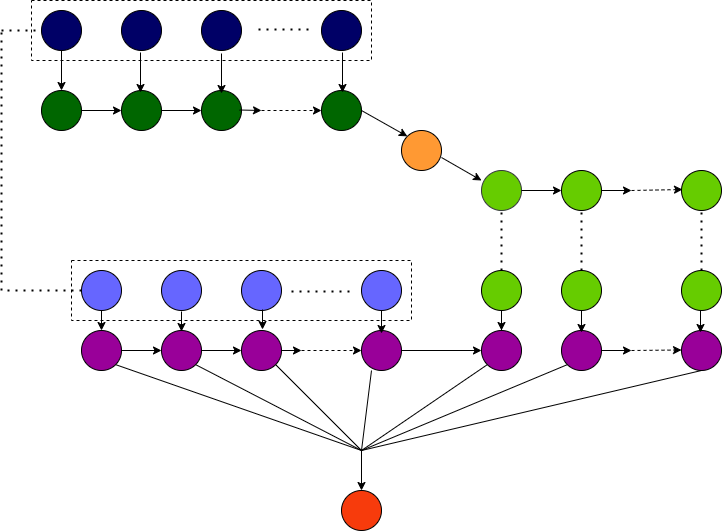
The draw.io diagram prabhaDiagram.drawio.png in SaralaMuthu/Learntocode, before a commit. Source tidied: cells renumbered, new cells last; positions are measured from the earlier drawing's top-left corner, leaving out a move shared by most shapes. Source of this version:
```xml
<mxGraphModel>
  <root>
    <mxCell id="0" />
    <mxCell id="1" parent="0" />
    <mxCell id="2" style="rounded=0;whiteSpace=wrap;html=1;dashed=1;" parent="1" vertex="1">
      <mxGeometry x="70" y="260" width="340" height="60" as="geometry" />
    </mxCell>
    <mxCell id="3" style="rounded=0;whiteSpace=wrap;html=1;dashed=1;" parent="1" vertex="1">
      <mxGeometry x="30" width="340" height="60" as="geometry" />
    </mxCell>
    <mxCell id="4" style="ellipse;whiteSpace=wrap;html=1;fillColor=#000066;" parent="1" vertex="1">
      <mxGeometry x="40" y="10" width="40" height="40" as="geometry" />
    </mxCell>
    <mxCell id="5" style="ellipse;whiteSpace=wrap;html=1;fillColor=#000066;" parent="1" vertex="1">
      <mxGeometry x="200" y="10" width="40" height="40" as="geometry" />
    </mxCell>
    <mxCell id="6" style="ellipse;whiteSpace=wrap;html=1;fillColor=#006600;" parent="1" vertex="1">
      <mxGeometry x="120" y="90" width="40" height="40" as="geometry" />
    </mxCell>
    <mxCell id="7" style="ellipse;whiteSpace=wrap;html=1;fillColor=#006600;" parent="1" vertex="1">
      <mxGeometry x="200" y="90" width="40" height="40" as="geometry" />
    </mxCell>
    <mxCell id="8" style="ellipse;whiteSpace=wrap;html=1;fillColor=#FF9933;" parent="1" vertex="1">
      <mxGeometry x="400" y="130" width="40" height="40" as="geometry" />
    </mxCell>
    <mxCell id="9" style="ellipse;whiteSpace=wrap;html=1;fillColor=#006600;" parent="1" vertex="1">
      <mxGeometry x="40" y="90" width="40" height="40" as="geometry" />
    </mxCell>
    <mxCell id="10" style="ellipse;whiteSpace=wrap;html=1;fillColor=#000066;" parent="1" vertex="1">
      <mxGeometry x="320" y="10" width="40" height="40" as="geometry" />
    </mxCell>
    <mxCell id="11" style="ellipse;whiteSpace=wrap;html=1;fillColor=#6666FF;" parent="1" vertex="1">
      <mxGeometry x="80" y="270" width="40" height="40" as="geometry" />
    </mxCell>
    <mxCell id="12" style="ellipse;whiteSpace=wrap;html=1;fillColor=#6666FF;" parent="1" vertex="1">
      <mxGeometry x="160" y="270" width="40" height="40" as="geometry" />
    </mxCell>
    <mxCell id="13" style="ellipse;whiteSpace=wrap;html=1;fillColor=#000066;" parent="1" vertex="1">
      <mxGeometry x="120" y="10" width="40" height="40" as="geometry" />
    </mxCell>
    <mxCell id="14" style="ellipse;whiteSpace=wrap;html=1;fillColor=#6666FF;" parent="1" vertex="1">
      <mxGeometry x="240" y="270" width="40" height="40" as="geometry" />
    </mxCell>
    <mxCell id="15" style="ellipse;whiteSpace=wrap;html=1;fillColor=#006600;" parent="1" vertex="1">
      <mxGeometry x="320" y="90" width="40" height="40" as="geometry" />
    </mxCell>
    <mxCell id="16" style="edgeStyle=orthogonalEdgeStyle;rounded=0;jettySize=auto;html=1;entryX=0;entryY=0.5;entryDx=0;entryDy=0;" parent="1" edge="1" source="18" target="17">
      <mxGeometry relative="1" as="geometry" />
    </mxCell>
    <mxCell id="17" style="ellipse;whiteSpace=wrap;html=1;fillColor=#990099;" parent="1" vertex="1">
      <mxGeometry x="240" y="330" width="40" height="40" as="geometry" />
    </mxCell>
    <mxCell id="18" style="ellipse;whiteSpace=wrap;html=1;fillColor=#990099;" parent="1" vertex="1">
      <mxGeometry x="160" y="330" width="40" height="40" as="geometry" />
    </mxCell>
    <mxCell id="19" style="ellipse;whiteSpace=wrap;html=1;fillColor=#990099;" parent="1" vertex="1">
      <mxGeometry x="80" y="330" width="40" height="40" as="geometry" />
    </mxCell>
    <mxCell id="20" style="ellipse;whiteSpace=wrap;html=1;fillColor=#66CC00;strokeColor=#36393d;" parent="1" vertex="1">
      <mxGeometry x="480" y="170" width="40" height="40" as="geometry" />
    </mxCell>
    <mxCell id="21" style="ellipse;whiteSpace=wrap;html=1;fillColor=#990099;" parent="1" vertex="1">
      <mxGeometry x="360" y="330" width="40" height="40" as="geometry" />
    </mxCell>
    <mxCell id="22" style="ellipse;whiteSpace=wrap;html=1;fillColor=#66CC00;" parent="1" vertex="1">
      <mxGeometry x="560" y="270" width="40" height="40" as="geometry" />
    </mxCell>
    <mxCell id="23" style="ellipse;whiteSpace=wrap;html=1;fillColor=#F73B0C;" parent="1" vertex="1">
      <mxGeometry x="340" y="490" width="40" height="40" as="geometry" />
    </mxCell>
    <mxCell id="24" style="ellipse;whiteSpace=wrap;html=1;fillColor=#6666FF;" parent="1" vertex="1">
      <mxGeometry x="360" y="270" width="40" height="40" as="geometry" />
    </mxCell>
    <mxCell id="25" style="ellipse;whiteSpace=wrap;html=1;fillColor=#990099;" parent="1" vertex="1">
      <mxGeometry x="680" y="330" width="40" height="40" as="geometry" />
    </mxCell>
    <mxCell id="26" style="ellipse;whiteSpace=wrap;html=1;fillColor=#66CC00;" parent="1" vertex="1">
      <mxGeometry x="680" y="270" width="40" height="40" as="geometry" />
    </mxCell>
    <mxCell id="27" style="ellipse;whiteSpace=wrap;html=1;fillColor=#66CC00;" parent="1" vertex="1">
      <mxGeometry x="680" y="170" width="40" height="40" as="geometry" />
    </mxCell>
    <mxCell id="28" style="ellipse;whiteSpace=wrap;html=1;fillColor=#990099;" parent="1" vertex="1">
      <mxGeometry x="560" y="330" width="40" height="40" as="geometry" />
    </mxCell>
    <mxCell id="29" style="edgeStyle=orthogonalEdgeStyle;rounded=0;jettySize=auto;html=1;" parent="1" edge="1" source="30">
      <mxGeometry relative="1" as="geometry">
        <mxPoint x="630" y="190" as="targetPoint" />
      </mxGeometry>
    </mxCell>
    <mxCell id="30" style="ellipse;whiteSpace=wrap;html=1;fillColor=#66CC00;" parent="1" vertex="1">
      <mxGeometry x="560" y="170" width="40" height="40" as="geometry" />
    </mxCell>
    <mxCell id="31" style="ellipse;whiteSpace=wrap;html=1;fillColor=#990099;" parent="1" vertex="1">
      <mxGeometry x="480" y="330" width="40" height="40" as="geometry" />
    </mxCell>
    <mxCell id="32" style="edgeStyle=orthogonalEdgeStyle;rounded=0;jettySize=auto;html=1;" parent="1" edge="1" source="33" target="31">
      <mxGeometry relative="1" as="geometry" />
    </mxCell>
    <mxCell id="33" style="ellipse;whiteSpace=wrap;html=1;fillColor=#66CC00;" parent="1" vertex="1">
      <mxGeometry x="480" y="270" width="40" height="40" as="geometry" />
    </mxCell>
    <mxCell id="34" style="endArrow=none;html=1;rounded=0;entryX=1;entryY=1;entryDx=0;entryDy=0;" parent="1" edge="1" target="19">
      <mxGeometry relative="1" as="geometry">
        <mxPoint x="360" y="450" as="sourcePoint" />
      </mxGeometry>
    </mxCell>
    <mxCell id="35" style="endArrow=none;html=1;rounded=0;entryX=1;entryY=1;entryDx=0;entryDy=0;" parent="1" edge="1">
      <mxGeometry relative="1" as="geometry">
        <mxPoint x="360" y="450" as="sourcePoint" />
        <mxPoint x="370" y="370" as="targetPoint" />
      </mxGeometry>
    </mxCell>
    <mxCell id="36" style="endArrow=none;html=1;rounded=0;entryX=1;entryY=1;entryDx=0;entryDy=0;" parent="1" edge="1" target="17">
      <mxGeometry relative="1" as="geometry">
        <mxPoint x="360" y="450" as="sourcePoint" />
      </mxGeometry>
    </mxCell>
    <mxCell id="37" style="endArrow=none;html=1;rounded=0;entryX=1;entryY=1;entryDx=0;entryDy=0;" parent="1" edge="1" target="18">
      <mxGeometry relative="1" as="geometry">
        <mxPoint x="360" y="450" as="sourcePoint" />
      </mxGeometry>
    </mxCell>
    <mxCell id="38" style="endArrow=none;html=1;rounded=0;entryX=0;entryY=1;entryDx=0;entryDy=0;" parent="1" edge="1" target="31">
      <mxGeometry relative="1" as="geometry">
        <mxPoint x="360" y="450" as="sourcePoint" />
      </mxGeometry>
    </mxCell>
    <mxCell id="39" style="endArrow=none;html=1;rounded=0;entryX=0;entryY=1;entryDx=0;entryDy=0;" parent="1" edge="1" target="28">
      <mxGeometry relative="1" as="geometry">
        <mxPoint x="360" y="450" as="sourcePoint" />
      </mxGeometry>
    </mxCell>
    <mxCell id="40" style="endArrow=none;html=1;rounded=0;entryX=0.5;entryY=1;entryDx=0;entryDy=0;" parent="1" edge="1" target="25">
      <mxGeometry relative="1" as="geometry">
        <mxPoint x="360" y="450" as="sourcePoint" />
      </mxGeometry>
    </mxCell>
    <mxCell id="41" style="endArrow=classic;html=1;rounded=0;entryX=0.5;entryY=0;entryDx=0;entryDy=0;" parent="1" edge="1" target="23">
      <mxGeometry relative="1" as="geometry">
        <mxPoint x="360" y="450" as="sourcePoint" />
      </mxGeometry>
    </mxCell>
    <mxCell id="42" style="endArrow=classic;html=1;rounded=0;entryX=0.5;entryY=0;entryDx=0;entryDy=0;exitX=0.5;exitY=1;exitDx=0;exitDy=0;" parent="1" edge="1" source="11" target="19">
      <mxGeometry relative="1" as="geometry" />
    </mxCell>
    <mxCell id="43" style="endArrow=classic;html=1;rounded=0;entryX=0.5;entryY=0;entryDx=0;entryDy=0;exitX=0.5;exitY=1;exitDx=0;exitDy=0;" parent="1" edge="1">
      <mxGeometry relative="1" as="geometry">
        <mxPoint x="180" y="311" as="sourcePoint" />
        <mxPoint x="180" y="331" as="targetPoint" />
      </mxGeometry>
    </mxCell>
    <mxCell id="44" style="endArrow=classic;html=1;rounded=0;entryX=0.5;entryY=0;entryDx=0;entryDy=0;exitX=0.5;exitY=1;exitDx=0;exitDy=0;" parent="1" edge="1">
      <mxGeometry relative="1" as="geometry">
        <mxPoint x="261" y="309" as="sourcePoint" />
        <mxPoint x="261" y="329" as="targetPoint" />
      </mxGeometry>
    </mxCell>
    <mxCell id="45" style="endArrow=classic;html=1;rounded=0;entryX=0.5;entryY=0;entryDx=0;entryDy=0;" parent="1" edge="1">
      <mxGeometry relative="1" as="geometry">
        <mxPoint x="380" y="310" as="sourcePoint" />
        <mxPoint x="380" y="333" as="targetPoint" />
      </mxGeometry>
    </mxCell>
    <mxCell id="46" style="endArrow=classic;html=1;rounded=0;entryX=0.5;entryY=0;entryDx=0;entryDy=0;" parent="1" edge="1">
      <mxGeometry relative="1" as="geometry">
        <mxPoint x="580" y="310" as="sourcePoint" />
        <mxPoint x="580" y="332" as="targetPoint" />
      </mxGeometry>
    </mxCell>
    <mxCell id="47" style="endArrow=classic;html=1;rounded=0;entryX=0.5;entryY=0;entryDx=0;entryDy=0;exitX=0.5;exitY=1;exitDx=0;exitDy=0;" parent="1" edge="1" source="4" target="9">
      <mxGeometry relative="1" as="geometry" />
    </mxCell>
    <mxCell id="48" style="endArrow=classic;html=1;rounded=0;entryX=0.5;entryY=0;entryDx=0;entryDy=0;" parent="1" edge="1">
      <mxGeometry relative="1" as="geometry">
        <mxPoint x="699" y="310" as="sourcePoint" />
        <mxPoint x="699" y="332" as="targetPoint" />
      </mxGeometry>
    </mxCell>
    <mxCell id="49" style="endArrow=classic;html=1;rounded=0;entryX=0.5;entryY=0;entryDx=0;entryDy=0;exitX=0.5;exitY=1;exitDx=0;exitDy=0;" parent="1" edge="1">
      <mxGeometry relative="1" as="geometry">
        <mxPoint x="139" y="52" as="sourcePoint" />
        <mxPoint x="139" y="92" as="targetPoint" />
      </mxGeometry>
    </mxCell>
    <mxCell id="50" style="endArrow=classic;html=1;rounded=0;entryX=0.5;entryY=0;entryDx=0;entryDy=0;exitX=0.5;exitY=1;exitDx=0;exitDy=0;" parent="1" edge="1">
      <mxGeometry relative="1" as="geometry">
        <mxPoint x="220" y="53" as="sourcePoint" />
        <mxPoint x="220" y="93" as="targetPoint" />
      </mxGeometry>
    </mxCell>
    <mxCell id="51" style="endArrow=classic;html=1;rounded=0;entryX=0.5;entryY=0;entryDx=0;entryDy=0;exitX=0.5;exitY=1;exitDx=0;exitDy=0;" parent="1" edge="1">
      <mxGeometry relative="1" as="geometry">
        <mxPoint x="341" y="52" as="sourcePoint" />
        <mxPoint x="341" y="92" as="targetPoint" />
      </mxGeometry>
    </mxCell>
    <mxCell id="52" style="endArrow=classic;html=1;rounded=0;entryX=0;entryY=0.5;entryDx=0;entryDy=0;" parent="1" edge="1" target="6">
      <mxGeometry relative="1" as="geometry">
        <mxPoint x="80" y="110" as="sourcePoint" />
      </mxGeometry>
    </mxCell>
    <mxCell id="53" style="endArrow=classic;html=1;rounded=0;" parent="1" edge="1">
      <mxGeometry relative="1" as="geometry">
        <mxPoint x="238" y="109.5" as="sourcePoint" />
        <mxPoint x="260" y="110" as="targetPoint" />
      </mxGeometry>
    </mxCell>
    <mxCell id="54" style="endArrow=classic;html=1;rounded=0;entryX=0;entryY=0.5;entryDx=0;entryDy=0;" parent="1" edge="1">
      <mxGeometry relative="1" as="geometry">
        <mxPoint x="160" y="110" as="sourcePoint" />
        <mxPoint x="200" y="110" as="targetPoint" />
      </mxGeometry>
    </mxCell>
    <mxCell id="55" style="endArrow=classic;html=1;rounded=0;entryX=0;entryY=0.5;entryDx=0;entryDy=0;dashed=1;" parent="1" edge="1" target="15">
      <mxGeometry relative="1" as="geometry">
        <mxPoint x="260" y="110" as="sourcePoint" />
      </mxGeometry>
    </mxCell>
    <mxCell id="56" style="endArrow=classic;html=1;rounded=0;entryX=0;entryY=0.5;entryDx=0;entryDy=0;exitX=1;exitY=0.5;exitDx=0;exitDy=0;" parent="1" edge="1" source="20" target="30">
      <mxGeometry relative="1" as="geometry" />
    </mxCell>
    <mxCell id="57" style="endArrow=classic;html=1;rounded=0;entryX=0;entryY=0.5;entryDx=0;entryDy=0;dashed=1;" parent="1" edge="1">
      <mxGeometry relative="1" as="geometry">
        <mxPoint x="630" y="190" as="sourcePoint" />
        <mxPoint x="681" y="189" as="targetPoint" />
      </mxGeometry>
    </mxCell>
    <mxCell id="58" style="endArrow=none;dashed=1;html=1;dashPattern=1 3;strokeWidth=2;rounded=0;exitX=0.5;exitY=0;exitDx=0;exitDy=0;entryX=0.5;entryY=1;entryDx=0;entryDy=0;" parent="1" edge="1" source="26" target="27">
      <mxGeometry relative="1" as="geometry" />
    </mxCell>
    <mxCell id="59" style="endArrow=none;dashed=1;html=1;dashPattern=1 3;strokeWidth=2;rounded=0;exitX=0.5;exitY=0;exitDx=0;exitDy=0;entryX=0.5;entryY=1;entryDx=0;entryDy=0;" parent="1" edge="1" source="33" target="20">
      <mxGeometry relative="1" as="geometry" />
    </mxCell>
    <mxCell id="60" style="endArrow=none;dashed=1;html=1;dashPattern=1 3;strokeWidth=2;rounded=0;exitX=0.5;exitY=0;exitDx=0;exitDy=0;entryX=0.5;entryY=1;entryDx=0;entryDy=0;" parent="1" edge="1" source="22" target="30">
      <mxGeometry relative="1" as="geometry" />
    </mxCell>
    <mxCell id="61" style="endArrow=classic;html=1;rounded=0;exitX=1;exitY=0.5;exitDx=0;exitDy=0;entryX=0;entryY=0.5;entryDx=0;entryDy=0;" parent="1" edge="1" source="19" target="18">
      <mxGeometry relative="1" as="geometry" />
    </mxCell>
    <mxCell id="62" style="endArrow=classic;html=1;rounded=0;exitX=1;exitY=0.5;exitDx=0;exitDy=0;entryX=0;entryY=0;entryDx=0;entryDy=0;" parent="1" edge="1" source="15" target="8">
      <mxGeometry relative="1" as="geometry" />
    </mxCell>
    <mxCell id="63" style="endArrow=classic;html=1;rounded=0;entryX=0;entryY=0.25;entryDx=0;entryDy=0;entryPerimeter=0;exitX=1;exitY=0.675;exitDx=0;exitDy=0;exitPerimeter=0;" parent="1" edge="1" source="8" target="20">
      <mxGeometry relative="1" as="geometry" />
    </mxCell>
    <mxCell id="64" style="endArrow=none;dashed=1;html=1;dashPattern=1 3;strokeWidth=2;rounded=0;" parent="1" edge="1">
      <mxGeometry relative="1" as="geometry">
        <mxPoint x="290" y="291" as="sourcePoint" />
        <mxPoint x="350" y="291" as="targetPoint" />
      </mxGeometry>
    </mxCell>
    <mxCell id="65" style="endArrow=classic;html=1;rounded=0;exitX=1;exitY=0.5;exitDx=0;exitDy=0;" parent="1" edge="1" source="17">
      <mxGeometry relative="1" as="geometry">
        <mxPoint x="300" y="350" as="targetPoint" />
      </mxGeometry>
    </mxCell>
    <mxCell id="66" style="endArrow=classic;html=1;rounded=0;entryX=0;entryY=0.5;entryDx=0;entryDy=0;dashed=1;" parent="1" edge="1" target="21">
      <mxGeometry relative="1" as="geometry">
        <mxPoint x="300" y="350" as="sourcePoint" />
      </mxGeometry>
    </mxCell>
    <mxCell id="67" style="endArrow=none;dashed=1;html=1;dashPattern=1 3;strokeWidth=2;rounded=0;" parent="1" edge="1">
      <mxGeometry relative="1" as="geometry">
        <mxPoint x="257" y="29" as="sourcePoint" />
        <mxPoint x="307" y="29" as="targetPoint" />
      </mxGeometry>
    </mxCell>
    <mxCell id="68" style="endArrow=classic;html=1;rounded=0;exitX=1;exitY=0.5;exitDx=0;exitDy=0;" parent="1" edge="1" source="28">
      <mxGeometry relative="1" as="geometry">
        <mxPoint x="630" y="350" as="targetPoint" />
      </mxGeometry>
    </mxCell>
    <mxCell id="69" style="endArrow=classic;html=1;rounded=0;dashed=1;" parent="1" edge="1">
      <mxGeometry relative="1" as="geometry">
        <mxPoint x="630" y="350" as="sourcePoint" />
        <mxPoint x="680" y="349.5" as="targetPoint" />
      </mxGeometry>
    </mxCell>
    <mxCell id="70" style="endArrow=classic;html=1;rounded=0;entryX=0;entryY=0.5;entryDx=0;entryDy=0;exitX=1;exitY=0.5;exitDx=0;exitDy=0;" parent="1" edge="1" source="21" target="31">
      <mxGeometry relative="1" as="geometry" />
    </mxCell>
    <mxCell id="71" style="endArrow=none;dashed=1;html=1;dashPattern=1 3;strokeWidth=2;rounded=0;exitX=0;exitY=0.5;exitDx=0;exitDy=0;" parent="1" edge="1" source="11">
      <mxGeometry relative="1" as="geometry">
        <mxPoint y="290" as="targetPoint" />
      </mxGeometry>
    </mxCell>
    <mxCell id="72" style="endArrow=none;dashed=1;html=1;dashPattern=1 3;strokeWidth=2;rounded=0;" parent="1" edge="1">
      <mxGeometry relative="1" as="geometry">
        <mxPoint y="290" as="sourcePoint" />
        <mxPoint y="30" as="targetPoint" />
      </mxGeometry>
    </mxCell>
    <mxCell id="73" style="endArrow=none;dashed=1;html=1;dashPattern=1 3;strokeWidth=2;rounded=0;entryX=0;entryY=0.5;entryDx=0;entryDy=0;" parent="1" edge="1" target="4">
      <mxGeometry relative="1" as="geometry">
        <mxPoint y="30" as="sourcePoint" />
      </mxGeometry>
    </mxCell>
  </root>
</mxGraphModel>
```
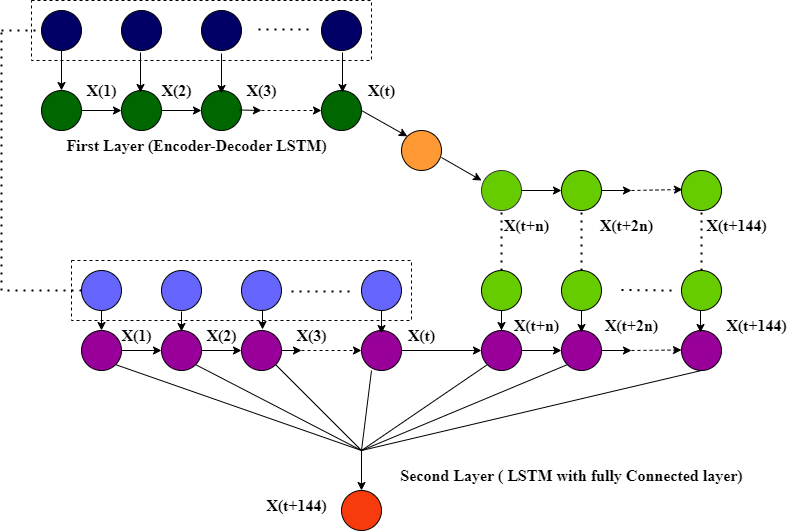
After the commit.

Change to the diagram source:
```diff
@@ -296,5 +296,67 @@
         <mxPoint y="30" as="sourcePoint" />
       </mxGeometry>
     </mxCell>
+    <mxCell id="74" value="First Layer (Encoder-Decoder LSTM)" style="text;html=1;align=center;verticalAlign=middle;fillColor=none;strokeColor=none;rounded=0;dashed=1;fontFamily=Times New Roman;fontSize=16;fontStyle=1;" parent="1" vertex="1">
+      <mxGeometry x="55" y="130" width="280" height="30" as="geometry" />
+    </mxCell>
+    <mxCell id="75" value="X(1)" style="text;html=1;align=center;verticalAlign=middle;fillColor=none;strokeColor=none;rounded=0;dashed=1;fontFamily=Times New Roman;fontSize=16;fontStyle=1;" parent="1" vertex="1">
+      <mxGeometry x="75" y="75" width="50" height="30" as="geometry" />
+    </mxCell>
+    <mxCell id="76" value="X(2)" style="text;html=1;align=center;verticalAlign=middle;fillColor=none;strokeColor=none;rounded=0;dashed=1;fontFamily=Times New Roman;fontSize=16;fontStyle=1;" parent="1" vertex="1">
+      <mxGeometry x="150" y="75" width="50" height="30" as="geometry" />
+    </mxCell>
+    <mxCell id="77" value="X(3)" style="text;html=1;align=center;verticalAlign=middle;fillColor=none;strokeColor=none;rounded=0;dashed=1;fontFamily=Times New Roman;fontSize=16;fontStyle=1;" parent="1" vertex="1">
+      <mxGeometry x="235" y="75" width="50" height="30" as="geometry" />
+    </mxCell>
+    <mxCell id="78" value="X(t)" style="text;html=1;align=center;verticalAlign=middle;fillColor=none;strokeColor=none;rounded=0;dashed=1;fontFamily=Times New Roman;fontSize=16;fontStyle=1;" parent="1" vertex="1">
+      <mxGeometry x="355" y="75" width="50" height="30" as="geometry" />
+    </mxCell>
+    <mxCell id="79" value="X(1)" style="text;html=1;align=center;verticalAlign=middle;fillColor=none;strokeColor=none;rounded=0;dashed=1;fontFamily=Times New Roman;fontSize=16;fontStyle=1;" parent="1" vertex="1">
+      <mxGeometry x="110" y="320" width="50" height="30" as="geometry" />
+    </mxCell>
+    <mxCell id="80" value="X(2)" style="text;html=1;align=center;verticalAlign=middle;fillColor=none;strokeColor=none;rounded=0;dashed=1;fontFamily=Times New Roman;fontSize=16;fontStyle=1;" parent="1" vertex="1">
+      <mxGeometry x="195" y="320" width="50" height="30" as="geometry" />
+    </mxCell>
+    <mxCell id="81" value="X(3)" style="text;html=1;align=center;verticalAlign=middle;fillColor=none;strokeColor=none;rounded=0;dashed=1;fontFamily=Times New Roman;fontSize=16;fontStyle=1;" parent="1" vertex="1">
+      <mxGeometry x="285" y="320" width="50" height="30" as="geometry" />
+    </mxCell>
+    <mxCell id="82" value="X(t)" style="text;html=1;align=center;verticalAlign=middle;fillColor=none;strokeColor=none;rounded=0;dashed=1;fontFamily=Times New Roman;fontSize=16;fontStyle=1;" parent="1" vertex="1">
+      <mxGeometry x="395" y="320" width="50" height="30" as="geometry" />
+    </mxCell>
+    <mxCell id="83" value="Second Layer ( LSTM with fully Connected layer)" style="text;html=1;align=center;verticalAlign=middle;fillColor=none;strokeColor=none;rounded=0;dashed=1;fontFamily=Times New Roman;fontSize=16;fontStyle=1;" parent="1" vertex="1">
+      <mxGeometry x="385" y="460" width="370" height="30" as="geometry" />
+    </mxCell>
+    <mxCell id="84" value="X(t+n)" style="text;html=1;align=center;verticalAlign=middle;fillColor=none;strokeColor=none;rounded=0;dashed=1;fontFamily=Times New Roman;fontSize=16;fontStyle=1;" parent="1" vertex="1">
+      <mxGeometry x="490" y="210" width="70" height="30" as="geometry" />
+    </mxCell>
+    <mxCell id="85" value="X(t+2n)" style="text;html=1;align=center;verticalAlign=middle;fillColor=none;strokeColor=none;rounded=0;dashed=1;fontFamily=Times New Roman;fontSize=16;fontStyle=1;" parent="1" vertex="1">
+      <mxGeometry x="585" y="210" width="80" height="30" as="geometry" />
+    </mxCell>
+    <mxCell id="86" value="X(t+144)" style="text;html=1;align=center;verticalAlign=middle;fillColor=none;strokeColor=none;rounded=0;dashed=1;fontFamily=Times New Roman;fontSize=16;fontStyle=1;" parent="1" vertex="1">
+      <mxGeometry x="695" y="210" width="80" height="30" as="geometry" />
+    </mxCell>
+    <mxCell id="87" value="X(t+n)" style="text;html=1;align=center;verticalAlign=middle;fillColor=none;strokeColor=none;rounded=0;dashed=1;fontFamily=Times New Roman;fontSize=16;fontStyle=1;" parent="1" vertex="1">
+      <mxGeometry x="500" y="310" width="70" height="30" as="geometry" />
+    </mxCell>
+    <mxCell id="88" value="X(t+2n)" style="text;html=1;align=center;verticalAlign=middle;fillColor=none;strokeColor=none;rounded=0;dashed=1;fontFamily=Times New Roman;fontSize=16;fontStyle=1;" parent="1" vertex="1">
+      <mxGeometry x="590" y="310" width="80" height="30" as="geometry" />
+    </mxCell>
+    <mxCell id="89" value="X(t+144)" style="text;html=1;align=center;verticalAlign=middle;fillColor=none;strokeColor=none;rounded=0;dashed=1;fontFamily=Times New Roman;fontSize=16;fontStyle=1;" parent="1" vertex="1">
+      <mxGeometry x="715" y="310" width="80" height="30" as="geometry" />
+    </mxCell>
+    <mxCell id="90" style="endArrow=classic;html=1;rounded=0;fontFamily=Times New Roman;fontSize=16;entryX=0;entryY=0.5;entryDx=0;entryDy=0;" parent="1" edge="1" target="28">
+      <mxGeometry relative="1" as="geometry">
+        <mxPoint x="520" y="350" as="sourcePoint" />
+      </mxGeometry>
+    </mxCell>
+    <mxCell id="91" value="X(t+144)" style="text;html=1;align=center;verticalAlign=middle;fillColor=none;strokeColor=none;rounded=0;dashed=1;fontFamily=Times New Roman;fontSize=16;fontStyle=1;" parent="1" vertex="1">
+      <mxGeometry x="255" y="490" width="80" height="30" as="geometry" />
+    </mxCell>
+    <mxCell id="92" style="endArrow=none;dashed=1;html=1;dashPattern=1 3;strokeWidth=2;rounded=0;" parent="1" edge="1">
+      <mxGeometry relative="1" as="geometry">
+        <mxPoint x="620" y="289.5" as="sourcePoint" />
+        <mxPoint x="670" y="290" as="targetPoint" />
+      </mxGeometry>
+    </mxCell>
   </root>
 </mxGraphModel>
```
